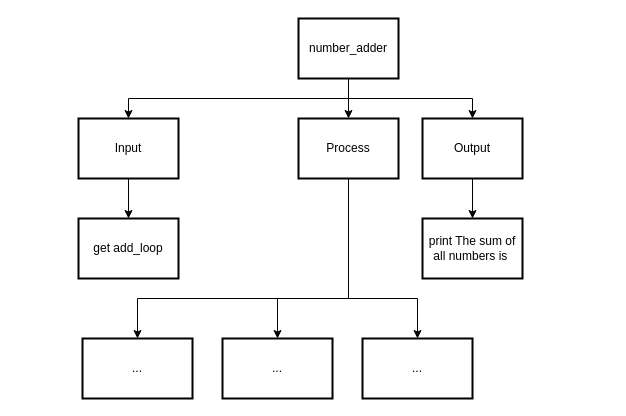
Before: drawio/topDownDesign/topDownDesign.drawio in Aidan-Lalonde-Novales/ICS3U-Unit4-05-Python, a draw.io diagram. Source tidied: cells renumbered, new cells numbered last; positions are measured from the earlier drawing's top-left corner, leaving out a move shared by most shapes. Both pictures are drawn from the tidied source at 100%, with x=0, y=0 at pixel (78, 18).
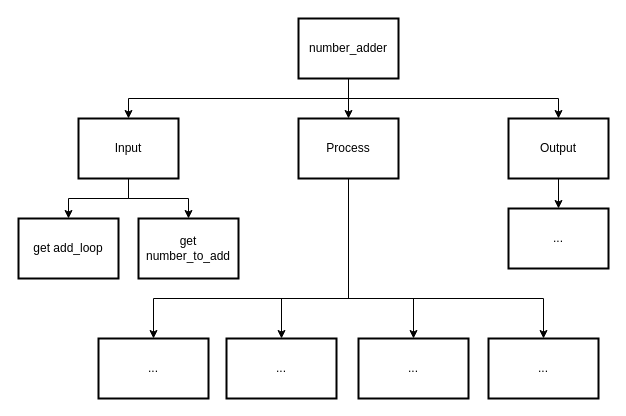
The same page after the edit.

Unchanged cells that the change refers to:
```xml
<mxCell id="5" value="Process" style="rounded=0;whiteSpace=wrap;html=1;absoluteArcSize=1;arcSize=14;strokeWidth=2;" parent="1" vertex="1">
  <mxGeometry x="220" y="100" width="100" height="60" as="geometry" />
</mxCell>
<mxCell id="9" value="number_adder" style="rounded=0;whiteSpace=wrap;html=1;absoluteArcSize=1;arcSize=14;strokeWidth=2;" parent="1" vertex="1">
  <mxGeometry x="220" width="100" height="60" as="geometry" />
</mxCell>
<mxCell id="11" value="Input" style="rounded=0;whiteSpace=wrap;html=1;absoluteArcSize=1;arcSize=14;strokeWidth=2;" parent="1" vertex="1">
  <mxGeometry y="100" width="100" height="60" as="geometry" />
</mxCell>
```

Diff of the diagram source:
```diff
@@
     <mxCell id="2" style="edgeStyle=none;rounded=0;html=1;exitX=0.5;exitY=1;exitDx=0;exitDy=0;entryX=0.5;entryY=0;entryDx=0;entryDy=0;" parent="1" edge="1" source="5" target="16">
       <mxGeometry relative="1" as="geometry">
         <Array as="points">
           <mxPoint x="270" y="280" />
-          <mxPoint x="59" y="280" />
+          <mxPoint x="75" y="280" />
         </Array>
       </mxGeometry>
     </mxCell>
     <mxCell id="3" style="edgeStyle=none;rounded=0;html=1;exitX=0.5;exitY=1;exitDx=0;exitDy=0;entryX=0.5;entryY=0;entryDx=0;entryDy=0;" parent="1" edge="1" source="5" target="17">
       <mxGeometry relative="1" as="geometry">
         <Array as="points">
           <mxPoint x="270" y="280" />
-          <mxPoint x="199" y="280" />
+          <mxPoint x="203" y="280" />
         </Array>
       </mxGeometry>
     </mxCell>
     <mxCell id="4" style="edgeStyle=none;html=1;exitX=0.5;exitY=1;exitDx=0;exitDy=0;entryX=0.5;entryY=0;entryDx=0;entryDy=0;rounded=0;" parent="1" edge="1" source="5" target="18">
       <mxGeometry relative="1" as="geometry">
         <Array as="points">
           <mxPoint x="270" y="280" />
-          <mxPoint x="339" y="280" />
+          <mxPoint x="335" y="280" />
         </Array>
       </mxGeometry>
     </mxCell>
+    <mxCell id="19" style="edgeStyle=none;html=1;exitX=0.5;exitY=1;exitDx=0;exitDy=0;entryX=0.5;entryY=0;entryDx=0;entryDy=0;rounded=0;" parent="1" edge="1" source="5" target="21">
+      <mxGeometry relative="1" as="geometry">
+        <Array as="points">
+          <mxPoint x="270" y="280" />
+          <mxPoint x="465" y="280" />
+        </Array>
+      </mxGeometry>
+    </mxCell>
@@
     <mxCell id="8" style="edgeStyle=none;rounded=0;html=1;exitX=0.5;exitY=1;exitDx=0;exitDy=0;entryX=0.5;entryY=0;entryDx=0;entryDy=0;" parent="1" edge="1" source="9" target="13">
       <mxGeometry relative="1" as="geometry">
         <Array as="points">
           <mxPoint x="270" y="80" />
-          <mxPoint x="394" y="80" />
+          <mxPoint x="480" y="80" />
         </Array>
       </mxGeometry>
     </mxCell>
@@
     <mxCell id="10" style="edgeStyle=none;rounded=0;html=1;exitX=0.5;exitY=1;exitDx=0;exitDy=0;entryX=0.5;entryY=0;entryDx=0;entryDy=0;" parent="1" edge="1" source="11" target="14">
-      <mxGeometry relative="1" as="geometry" />
+      <mxGeometry relative="1" as="geometry">
+        <Array as="points">
+          <mxPoint x="50" y="180" />
+          <mxPoint x="-10" y="180" />
+        </Array>
+      </mxGeometry>
     </mxCell>
+    <mxCell id="20" style="edgeStyle=none;rounded=0;html=1;exitX=0.5;exitY=1;exitDx=0;exitDy=0;entryX=0.5;entryY=0;entryDx=0;entryDy=0;" parent="1" edge="1" source="11" target="22">
+      <mxGeometry relative="1" as="geometry">
+        <Array as="points">
+          <mxPoint x="50" y="180" />
+          <mxPoint x="110" y="180" />
+        </Array>
+      </mxGeometry>
+    </mxCell>
@@
     <mxCell id="13" value="Output" style="rounded=0;whiteSpace=wrap;html=1;absoluteArcSize=1;arcSize=14;strokeWidth=2;" parent="1" vertex="1">
-      <mxGeometry x="344" y="100" width="100" height="60" as="geometry" />
+      <mxGeometry x="430" y="100" width="100" height="60" as="geometry" />
     </mxCell>
     <mxCell id="14" value="get add_loop" style="rounded=0;whiteSpace=wrap;html=1;absoluteArcSize=1;arcSize=14;strokeWidth=2;" parent="1" vertex="1">
-      <mxGeometry y="200" width="100" height="60" as="geometry" />
+      <mxGeometry x="-60" y="200" width="100" height="60" as="geometry" />
     </mxCell>
-    <mxCell id="15" value="print The sum of all numbers is&amp;nbsp;" style="rounded=0;whiteSpace=wrap;html=1;absoluteArcSize=1;arcSize=14;strokeWidth=2;" parent="1" vertex="1">
-      <mxGeometry x="344" y="200" width="100" height="60" as="geometry" />
+    <mxCell id="15" value="..." style="rounded=0;whiteSpace=wrap;html=1;absoluteArcSize=1;arcSize=14;strokeWidth=2;" parent="1" vertex="1">
+      <mxGeometry x="430" y="190" width="100" height="60" as="geometry" />
     </mxCell>
     <mxCell id="16" value="..." style="rounded=0;whiteSpace=wrap;html=1;absoluteArcSize=1;arcSize=14;strokeWidth=2;" parent="1" vertex="1">
-      <mxGeometry x="4" y="320" width="110" height="60" as="geometry" />
+      <mxGeometry x="20" y="320" width="110" height="60" as="geometry" />
     </mxCell>
     <mxCell id="17" value="..." style="rounded=0;whiteSpace=wrap;html=1;absoluteArcSize=1;arcSize=14;strokeWidth=2;" parent="1" vertex="1">
-      <mxGeometry x="144" y="320" width="110" height="60" as="geometry" />
+      <mxGeometry x="148" y="320" width="110" height="60" as="geometry" />
     </mxCell>
     <mxCell id="18" value="..." style="rounded=0;whiteSpace=wrap;html=1;absoluteArcSize=1;arcSize=14;strokeWidth=2;" parent="1" vertex="1">
-      <mxGeometry x="284" y="320" width="110" height="60" as="geometry" />
+      <mxGeometry x="280" y="320" width="110" height="60" as="geometry" />
     </mxCell>
+    <mxCell id="21" value="..." style="rounded=0;whiteSpace=wrap;html=1;absoluteArcSize=1;arcSize=14;strokeWidth=2;" parent="1" vertex="1">
+      <mxGeometry x="410" y="320" width="110" height="60" as="geometry" />
+    </mxCell>
+    <mxCell id="22" value="get number_to_add" style="rounded=0;whiteSpace=wrap;html=1;absoluteArcSize=1;arcSize=14;strokeWidth=2;" parent="1" vertex="1">
+      <mxGeometry x="60" y="200" width="100" height="60" as="geometry" />
+    </mxCell>
```
